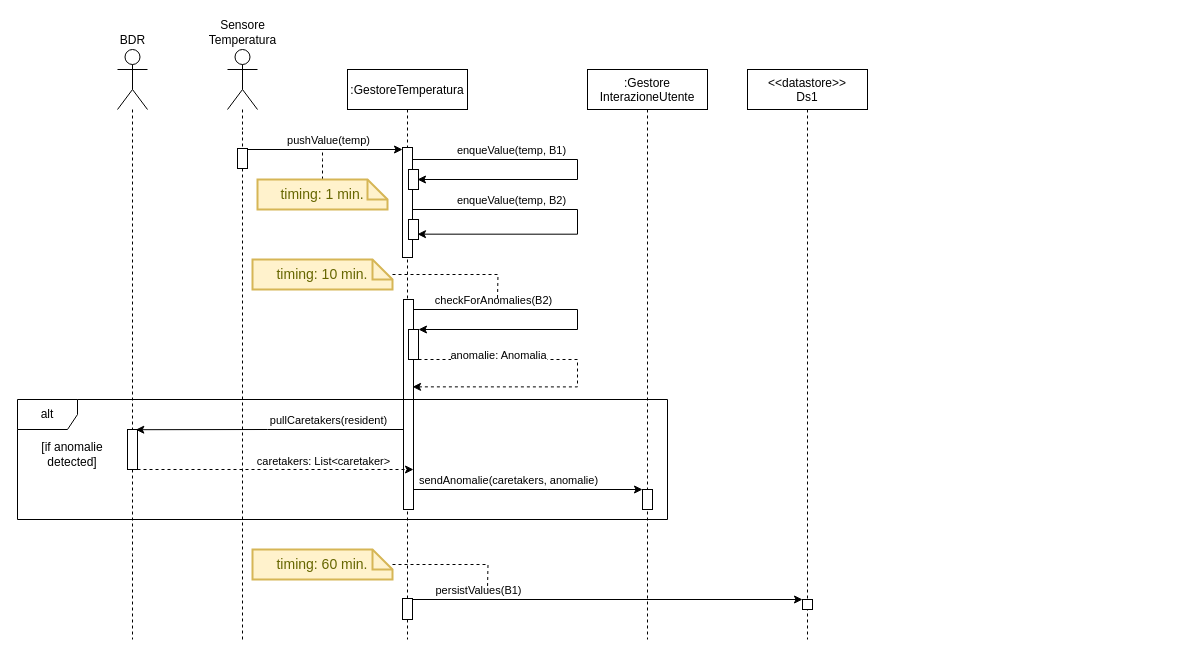
This is page "Temperatura" (1 of 9) of Progetto/Diagrammi_Attivita/Sequence.drawio from Wonderjack996/unimib-software-architecture, a draw.io file, before an edit. Source tidied: cells renumbered, new cells numbered last; positions are measured from the earlier drawing's top-left corner, leaving out a move shared by most shapes. Both pictures are drawn from the tidied source at 100%, with x=0, y=0 at pixel (17, 49).
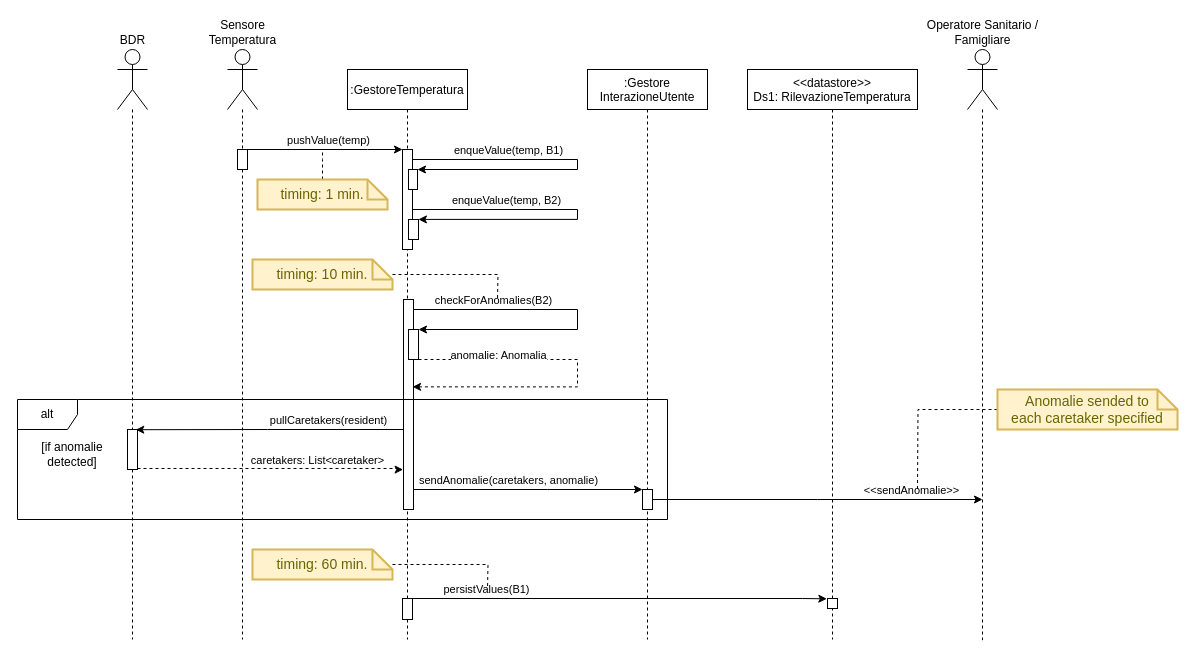
The same diagram, later.

Unchanged cells that the change refers to:
```xml
<mxCell id="2" value=":GestoreTemperatura" style="shape=umlLifeline;perimeter=lifelinePerimeter;rounded=0;shadow=0;strokeWidth=1;" parent="1" vertex="1">
  <mxGeometry x="330" y="20" width="120" height="570" as="geometry" />
</mxCell>
<mxCell id="15" style="points=[];perimeter=orthogonalPerimeter;rounded=0;shadow=0;strokeWidth=1;" parent="2" vertex="1">
  <mxGeometry x="61" y="150" width="10" height="20" as="geometry" />
</mxCell>
<mxCell id="16" style="points=[];perimeter=orthogonalPerimeter;rounded=0;shadow=0;strokeWidth=1;" parent="2" vertex="1">
  <mxGeometry x="55" y="529" width="10" height="21" as="geometry" />
</mxCell>
<mxCell id="28" style="points=[];perimeter=orthogonalPerimeter;rounded=0;shadow=0;strokeWidth=1;" parent="27" vertex="1">
  <mxGeometry x="55" y="420" width="10" height="20" as="geometry" />
</mxCell>
<mxCell id="33" style="points=[];perimeter=orthogonalPerimeter;rounded=0;shadow=0;strokeWidth=1;" parent="1" vertex="1">
  <mxGeometry x="110" y="380" width="10" height="40" as="geometry" />
</mxCell>
```

What changed in the source:
```diff
@@
-    <mxCell id="3" style="edgeStyle=orthogonalEdgeStyle;rounded=0;jettySize=auto;html=1;entryX=0.9;entryY=0.733;entryDx=0;entryDy=0;entryPerimeter=0;startArrow=none;startFill=0;endArrow=classic;endFill=1;" parent="2" edge="1" source="5" target="15">
+    <mxCell id="3" style="edgeStyle=orthogonalEdgeStyle;rounded=0;orthogonalLoop=1;jettySize=auto;html=1;entryX=0.989;entryY=-0.003;entryDx=0;entryDy=0;entryPerimeter=0;startArrow=none;startFill=0;endArrow=classic;endFill=1;" parent="2" edge="1">
       <mxGeometry relative="1" as="geometry">
+        <mxPoint x="65" y="140" as="sourcePoint" />
+        <mxPoint x="70.9" y="149.9" as="targetPoint" />
         <Array as="points">
           <mxPoint x="230" y="140" />
-          <mxPoint x="230" y="165" />
+          <mxPoint x="230" y="150" />
         </Array>
       </mxGeometry>
     </mxCell>
@@
     <mxCell id="5" style="points=[];perimeter=orthogonalPerimeter;rounded=0;shadow=0;strokeWidth=1;" parent="2" vertex="1">
-      <mxGeometry x="55" y="78" width="10" height="110" as="geometry" />
+      <mxGeometry x="55" y="80" width="10" height="100" as="geometry" />
     </mxCell>
@@
     <mxCell id="12" style="perimeter=orthogonalPerimeter;rounded=0;shadow=0;strokeWidth=1;" parent="2" vertex="1">
-      <mxGeometry x="61" y="100" width="10" height="20" as="geometry" />
+      <mxGeometry x="61" y="100" width="9" height="20" as="geometry" />
     </mxCell>
     <mxCell id="13" style="edgeStyle=orthogonalEdgeStyle;rounded=0;jettySize=auto;html=1;startArrow=none;startFill=0;endArrow=classic;endFill=1;" parent="2" edge="1" source="5">
       <mxGeometry relative="1" as="geometry">
-        <mxPoint x="70" y="110" as="targetPoint" />
+        <mxPoint x="70" y="100" as="targetPoint" />
         <Array as="points">
           <mxPoint x="230" y="90" />
-          <mxPoint x="230" y="110" />
+          <mxPoint x="230" y="100" />
+          <mxPoint x="70" y="100" />
         </Array>
       </mxGeometry>
     </mxCell>
@@
     <mxCell id="21" style="points=[];perimeter=orthogonalPerimeter;rounded=0;shadow=0;strokeWidth=1;" parent="1" vertex="1">
-      <mxGeometry x="220" y="99" width="10" height="20" as="geometry" />
+      <mxGeometry x="220" y="100" width="10" height="20" as="geometry" />
     </mxCell>
@@
-    <mxCell id="25" value="&lt;&lt;datastore&gt;&gt;&#10;Ds1" style="shape=umlLifeline;perimeter=lifelinePerimeter;rounded=0;shadow=0;strokeWidth=1;" parent="1" vertex="1">
-      <mxGeometry x="730" y="20" width="120" height="570" as="geometry" />
+    <mxCell id="25" value="&lt;&lt;datastore&gt;&gt;&#10;Ds1: RilevazioneTemperatura" style="shape=umlLifeline;perimeter=lifelinePerimeter;rounded=0;shadow=0;strokeWidth=1;" parent="1" vertex="1">
+      <mxGeometry x="730" y="20" width="170" height="570" as="geometry" />
     </mxCell>
     <mxCell id="26" style="points=[];perimeter=orthogonalPerimeter;rounded=0;shadow=0;strokeWidth=1;" parent="25" vertex="1">
-      <mxGeometry x="55" y="530" width="10" height="10" as="geometry" />
+      <mxGeometry x="80" y="529" width="10" height="10" as="geometry" />
     </mxCell>
@@
-    <mxCell id="31" style="edgeStyle=orthogonalEdgeStyle;rounded=0;jettySize=auto;html=1;startArrow=none;startFill=0;endArrow=classic;endFill=1;dashed=1;" parent="1" edge="1" source="33">
+    <mxCell id="31" style="edgeStyle=orthogonalEdgeStyle;rounded=0;orthogonalLoop=1;jettySize=auto;html=1;startArrow=none;startFill=0;endArrow=classic;endFill=1;dashed=1;entryX=-0.043;entryY=0.815;entryDx=0;entryDy=0;entryPerimeter=0;" parent="1" edge="1">
       <mxGeometry relative="1" as="geometry">
-        <mxPoint x="396" y="420" as="targetPoint" />
+        <mxPoint x="120" y="419" as="sourcePoint" />
+        <mxPoint x="385.6" y="420.1" as="targetPoint" />
         <Array as="points">
-          <mxPoint x="396" y="420" />
+          <mxPoint x="380" y="419" />
+          <mxPoint x="380" y="420" />
         </Array>
       </mxGeometry>
     </mxCell>
@@
-    <mxCell id="36" value="alt" style="shape=umlFrame;whiteSpace=wrap;html=1;" parent="1" vertex="1">
-      <mxGeometry y="350" width="650" height="120" as="geometry" />
-    </mxCell>
@@
-    <mxCell id="39" style="edgeStyle=orthogonalEdgeStyle;rounded=0;jettySize=auto;html=1;startArrow=none;startFill=0;endArrow=classic;endFill=1;" parent="1" edge="1" source="16">
+    <mxCell id="39" style="edgeStyle=orthogonalEdgeStyle;rounded=0;jettySize=auto;html=1;startArrow=none;startFill=0;endArrow=classic;endFill=1;entryX=-0.067;entryY=0.033;entryDx=0;entryDy=0;entryPerimeter=0;" parent="1" edge="1" target="26">
       <mxGeometry relative="1" as="geometry">
-        <mxPoint x="785" y="550" as="targetPoint" />
+        <mxPoint x="395" y="549" as="sourcePoint" />
         <Array as="points">
-          <mxPoint x="785" y="550" />
+          <mxPoint x="785" y="549" />
         </Array>
       </mxGeometry>
     </mxCell>
@@
+    <mxCell id="47" style="edgeStyle=orthogonalEdgeStyle;rounded=0;jettySize=auto;html=1;endArrow=none;endFill=0;dashed=1;" parent="1" edge="1" source="48">
+      <mxGeometry relative="1" as="geometry">
+        <mxPoint x="965" y="590.7" as="targetPoint" />
+      </mxGeometry>
+    </mxCell>
+    <mxCell id="48" value="Operatore Sanitario /&lt;br&gt;Famigliare" style="shape=umlActor;verticalLabelPosition=top;verticalAlign=bottom;html=1;outlineConnect=0;labelPosition=center;align=center;" parent="1" vertex="1">
+      <mxGeometry x="950" width="30" height="60" as="geometry" />
+    </mxCell>
+    <mxCell id="49" style="edgeStyle=orthogonalEdgeStyle;rounded=0;jettySize=auto;html=1;endArrow=classic;endFill=1;" parent="1" edge="1" source="28">
+      <mxGeometry relative="1" as="geometry">
+        <mxPoint x="965" y="450" as="targetPoint" />
+      </mxGeometry>
+    </mxCell>
+    <mxCell id="50" value="&amp;lt;&amp;lt;sendAnomalie&amp;gt;&amp;gt;" style="edgeLabel;html=1;align=center;verticalAlign=middle;" parent="49" vertex="1">
+      <mxGeometry x="0.29" y="1" relative="1" as="geometry">
+        <mxPoint x="46" y="-9" as="offset" />
+      </mxGeometry>
+    </mxCell>
+    <mxCell id="36" value="alt" style="shape=umlFrame;whiteSpace=wrap;html=1;" parent="1" vertex="1">
+      <mxGeometry y="350" width="650" height="120" as="geometry" />
+    </mxCell>
+    <mxCell id="51" style="edgeStyle=orthogonalEdgeStyle;rounded=0;jettySize=auto;html=1;endArrow=none;endFill=0;dashed=1;" parent="1" edge="1" source="52">
+      <mxGeometry relative="1" as="geometry">
+        <mxPoint x="900" y="440" as="targetPoint" />
+      </mxGeometry>
+    </mxCell>
+    <mxCell id="52" value="Anomalie sended to&lt;br&gt;each caretaker specified" style="shape=note;strokeWidth=2;fontSize=14;size=20;whiteSpace=wrap;html=1;fillColor=#fff2cc;strokeColor=#d6b656;fontColor=#666600;" parent="1" vertex="1">
+      <mxGeometry x="980" y="340" width="180" height="40" as="geometry" />
+    </mxCell>
```
